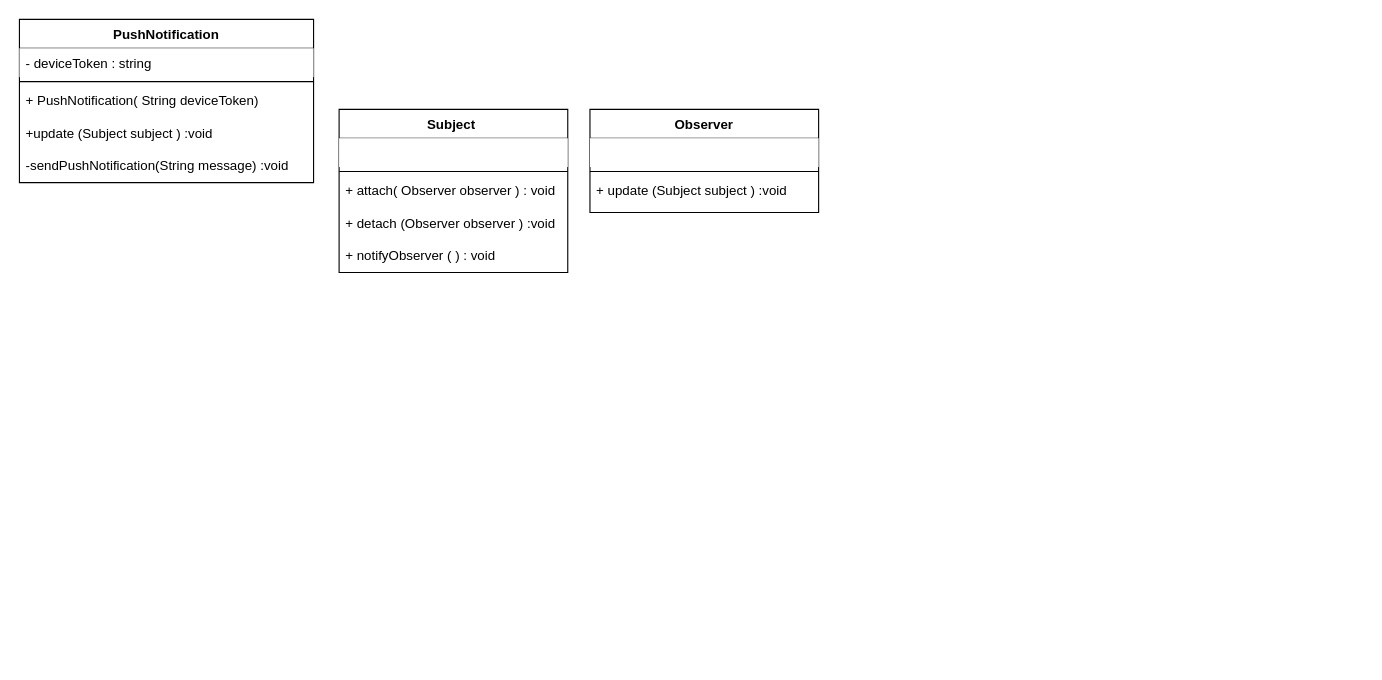
Above: 01.drawio in 1579231583/student (draw.io), before the change. Source tidied: cells renumbered, new cells numbered last; positions are measured from the earlier drawing's top-left corner, leaving out a move shared by most shapes. Both pictures are drawn from the tidied source at 111%, with x=0, y=0 at pixel (19, 19).
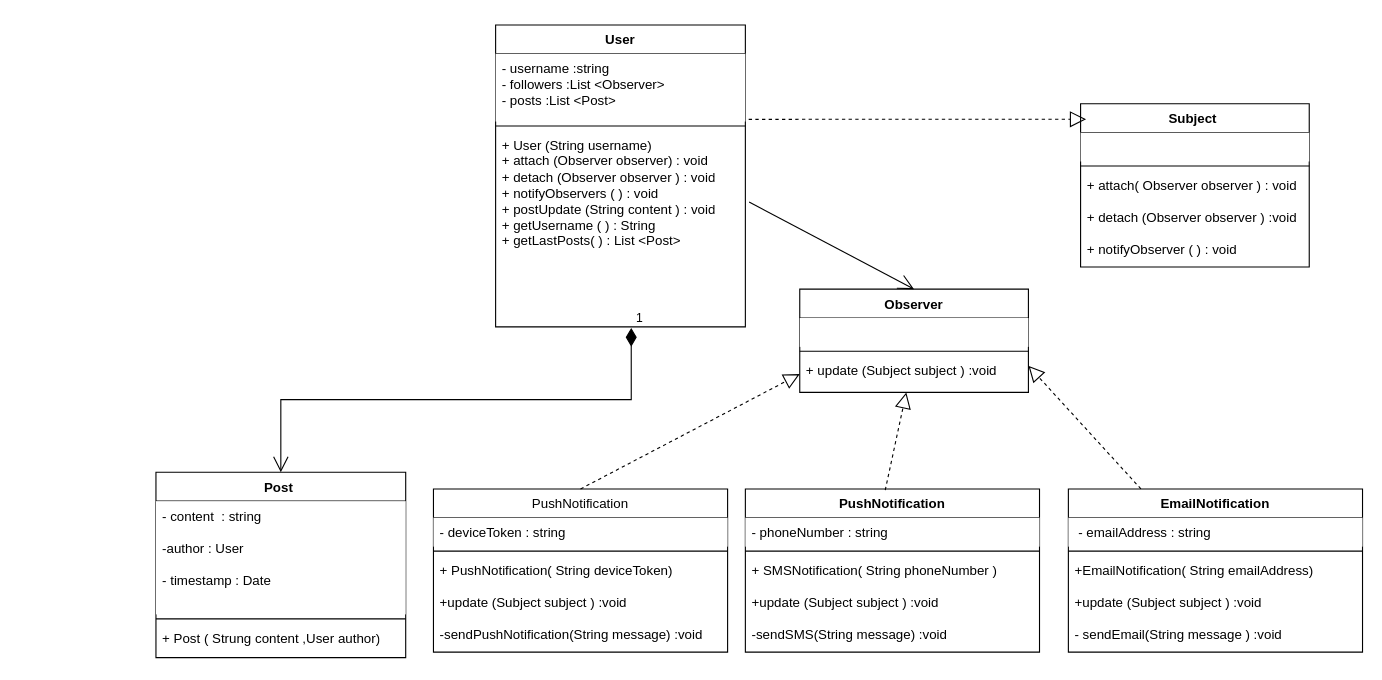
The same diagram, later.

The change refers to these unchanged cells:
```xml
<mxCell id="9" value="+ update (Subject subject ) :void&amp;nbsp;" style="text;strokeColor=none;fillColor=none;align=left;verticalAlign=top;spacingLeft=4;spacingRight=4;overflow=hidden;points=[[0,0.5],[1,0.5]];portConstraint=eastwest;whiteSpace=wrap;html=1;" parent="6" vertex="1">
  <mxGeometry y="60" width="206" height="33" as="geometry" />
</mxCell>
```

Diff of the diagram source:
```diff
@@
     <mxCell id="2" value="Subject&amp;nbsp;" style="swimlane;fontStyle=1;align=center;verticalAlign=top;horizontal=1;startSize=26;whiteSpace=wrap;html=1;" parent="1" vertex="1">
-      <mxGeometry x="288" y="81" width="206" height="147" as="geometry" />
+      <mxGeometry x="956" y="76" width="206" height="147" as="geometry" />
     </mxCell>
@@
     <mxCell id="6" value="Observer" style="swimlane;fontStyle=1;align=center;verticalAlign=top;horizontal=1;startSize=26;whiteSpace=wrap;html=1;" parent="1" vertex="1">
-      <mxGeometry x="514" y="81" width="206" height="93" as="geometry" />
+      <mxGeometry x="703" y="243" width="206" height="93" as="geometry" />
     </mxCell>
@@
-    <mxCell id="10" value="PushNotification" style="swimlane;fontStyle=1;align=center;verticalAlign=top;horizontal=1;startSize=26;whiteSpace=wrap;html=1;" parent="1" vertex="1">
-      <mxGeometry width="265" height="147" as="geometry" />
+    <mxCell id="10" value="PushNotification" style="swimlane;fontStyle=0;align=center;verticalAlign=top;horizontal=1;startSize=26;whiteSpace=wrap;html=1;" parent="1" vertex="1">
+      <mxGeometry x="373" y="423" width="265" height="147" as="geometry" />
     </mxCell>
@@
+    <mxCell id="14" value="EmailNotification" style="swimlane;fontStyle=1;align=center;verticalAlign=top;horizontal=1;startSize=26;whiteSpace=wrap;html=1;" parent="1" vertex="1">
+      <mxGeometry x="945" y="423" width="265" height="147" as="geometry" />
+    </mxCell>
+    <mxCell id="15" value="&amp;nbsp;- emailAddress : string&amp;nbsp;" style="text;strokeColor=none;fillColor=default;align=left;verticalAlign=top;spacingLeft=4;spacingRight=4;overflow=hidden;whiteSpace=wrap;html=1;" parent="14" vertex="1">
+      <mxGeometry y="26" width="265" height="26" as="geometry" />
+    </mxCell>
+    <mxCell id="16" style="line;strokeWidth=1;fillColor=none;align=left;verticalAlign=middle;spacingTop=-1;spacingLeft=3;spacingRight=3;labelPosition=right;strokeColor=inherit;" parent="14" vertex="1">
+      <mxGeometry y="52" width="265" height="8" as="geometry" />
+    </mxCell>
+    <mxCell id="17" value="+EmailNotification( String emailAddress)&lt;div&gt;&lt;br&gt;&lt;/div&gt;&lt;div&gt;+update (Subject subject ) :void&amp;nbsp;&lt;/div&gt;&lt;div&gt;&lt;br&gt;&lt;/div&gt;&lt;div&gt;- sendEmail(String message ) :void&lt;/div&gt;" style="text;strokeColor=none;fillColor=none;align=left;verticalAlign=top;spacingLeft=4;spacingRight=4;overflow=hidden;whiteSpace=wrap;html=1;" parent="14" vertex="1">
+      <mxGeometry y="60" width="265" height="87" as="geometry" />
+    </mxCell>
+    <mxCell id="18" value="PushNotification" style="swimlane;fontStyle=1;align=center;verticalAlign=top;horizontal=1;startSize=26;whiteSpace=wrap;html=1;" parent="1" vertex="1">
+      <mxGeometry x="654" y="423" width="265" height="147" as="geometry" />
+    </mxCell>
+    <mxCell id="19" value="- phoneNumber : string" style="text;strokeColor=none;fillColor=default;align=left;verticalAlign=top;spacingLeft=4;spacingRight=4;overflow=hidden;whiteSpace=wrap;html=1;" parent="18" vertex="1">
+      <mxGeometry y="26" width="265" height="26" as="geometry" />
+    </mxCell>
+    <mxCell id="20" style="line;strokeWidth=1;fillColor=none;align=left;verticalAlign=middle;spacingTop=-1;spacingLeft=3;spacingRight=3;labelPosition=right;strokeColor=inherit;" parent="18" vertex="1">
+      <mxGeometry y="52" width="265" height="8" as="geometry" />
+    </mxCell>
+    <mxCell id="21" value="+ SMSNotification( String phoneNumber )&lt;div&gt;&lt;br&gt;&lt;/div&gt;&lt;div&gt;+update (Subject subject ) :void&amp;nbsp;&lt;/div&gt;&lt;div&gt;&lt;br&gt;&lt;/div&gt;&lt;div&gt;-sendSMS(String message) :void&lt;/div&gt;" style="text;strokeColor=none;fillColor=none;align=left;verticalAlign=top;spacingLeft=4;spacingRight=4;overflow=hidden;whiteSpace=wrap;html=1;" parent="18" vertex="1">
+      <mxGeometry y="60" width="265" height="87" as="geometry" />
+    </mxCell>
+    <mxCell id="22" value="Post&amp;nbsp;" style="swimlane;fontStyle=1;align=center;verticalAlign=top;horizontal=1;startSize=26;whiteSpace=wrap;html=1;" parent="1" vertex="1">
+      <mxGeometry x="123" y="408" width="225" height="167" as="geometry" />
+    </mxCell>
+    <mxCell id="23" value="- content&amp;nbsp; : string&lt;div&gt;&lt;br&gt;&lt;/div&gt;&lt;div&gt;-author : User&amp;nbsp;&lt;/div&gt;&lt;div&gt;&lt;br&gt;&lt;/div&gt;&lt;div&gt;- timestamp : Date&amp;nbsp;&lt;div&gt;&lt;br&gt;&lt;/div&gt;&lt;/div&gt;" style="text;strokeColor=none;fillColor=default;align=left;verticalAlign=top;spacingLeft=4;spacingRight=4;overflow=hidden;whiteSpace=wrap;html=1;" parent="22" vertex="1">
+      <mxGeometry y="26" width="225" height="102" as="geometry" />
+    </mxCell>
+    <mxCell id="24" style="line;strokeWidth=1;fillColor=none;align=left;verticalAlign=middle;spacingTop=-1;spacingLeft=3;spacingRight=3;labelPosition=right;strokeColor=inherit;" parent="22" vertex="1">
+      <mxGeometry y="128" width="225" height="8" as="geometry" />
+    </mxCell>
+    <mxCell id="25" value="+ Post ( Strung content ,User author)" style="text;strokeColor=none;fillColor=none;align=left;verticalAlign=top;spacingLeft=4;spacingRight=4;overflow=hidden;whiteSpace=wrap;html=1;" parent="22" vertex="1">
+      <mxGeometry y="136" width="225" height="31" as="geometry" />
+    </mxCell>
+    <mxCell id="26" value="User" style="swimlane;fontStyle=1;align=center;verticalAlign=top;horizontal=1;startSize=26;whiteSpace=wrap;html=1;" parent="1" vertex="1">
+      <mxGeometry x="429" y="5" width="225" height="272" as="geometry" />
+    </mxCell>
+    <mxCell id="27" value="- username :string&lt;div&gt;- followers :List &amp;lt;Observer&amp;gt;&lt;/div&gt;&lt;div&gt;- posts :List &amp;lt;Post&amp;gt;&lt;/div&gt;" style="text;strokeColor=none;fillColor=default;align=left;verticalAlign=top;spacingLeft=4;spacingRight=4;overflow=hidden;whiteSpace=wrap;html=1;" parent="26" vertex="1">
+      <mxGeometry y="26" width="225" height="61" as="geometry" />
+    </mxCell>
+    <mxCell id="28" style="line;strokeWidth=1;fillColor=none;align=left;verticalAlign=middle;spacingTop=-1;spacingLeft=3;spacingRight=3;labelPosition=right;strokeColor=inherit;" parent="26" vertex="1">
+      <mxGeometry y="87" width="225" height="8" as="geometry" />
+    </mxCell>
+    <mxCell id="29" value="&lt;div&gt;&lt;div&gt;+ User (String username)&amp;nbsp;&lt;/div&gt;&lt;/div&gt;&lt;div&gt;+ attach (Observer observer) : void&lt;/div&gt;&lt;div&gt;+ detach (Observer observer ) : void&lt;/div&gt;&lt;div&gt;+ notifyObservers ( ) : void&lt;/div&gt;&lt;div&gt;+ postUpdate (String content ) : void&lt;/div&gt;&lt;div&gt;+ getUsername ( ) : String&amp;nbsp;&lt;/div&gt;&lt;div&gt;+ getLastPosts( ) : List &amp;lt;Post&amp;gt;&lt;/div&gt;" style="text;strokeColor=none;fillColor=none;align=left;verticalAlign=top;spacingLeft=4;spacingRight=4;overflow=hidden;points=[[0,0.5],[1,0.5]];portConstraint=eastwest;whiteSpace=wrap;html=1;" parent="26" vertex="1">
+      <mxGeometry y="95" width="225" height="177" as="geometry" />
+    </mxCell>
+    <mxCell id="30" style="endArrow=block;dashed=1;endFill=0;endSize=12;html=1;rounded=0;exitX=0.5;exitY=0;exitDx=0;exitDy=0;entryX=0;entryY=0.5;entryDx=0;entryDy=0;" parent="1" edge="1" source="10" target="9">
+      <mxGeometry relative="1" as="geometry" />
+    </mxCell>
+    <mxCell id="31" style="endArrow=block;dashed=1;endFill=0;endSize=12;html=1;rounded=0;entryX=0.466;entryY=1;entryDx=0;entryDy=0;entryPerimeter=0;" parent="1" edge="1" target="9">
+      <mxGeometry relative="1" as="geometry">
+        <mxPoint x="780" y="424" as="sourcePoint" />
+      </mxGeometry>
+    </mxCell>
+    <mxCell id="32" style="endArrow=block;dashed=1;endFill=0;endSize=12;html=1;rounded=0;entryX=1;entryY=0.273;entryDx=0;entryDy=0;entryPerimeter=0;" parent="1" edge="1" source="14" target="9">
+      <mxGeometry relative="1" as="geometry" />
+    </mxCell>
+    <mxCell id="33" value="1" style="endArrow=open;html=1;endSize=12;startArrow=diamondThin;startSize=14;startFill=1;edgeStyle=orthogonalEdgeStyle;align=left;verticalAlign=bottom;rounded=0;entryX=0.5;entryY=0;entryDx=0;entryDy=0;exitX=0.543;exitY=1.005;exitDx=0;exitDy=0;exitPerimeter=0;" parent="1" edge="1" source="29" target="22">
+      <mxGeometry x="-1" y="3" relative="1" as="geometry" />
+    </mxCell>
+    <mxCell id="34" style="endArrow=open;endFill=1;endSize=12;html=1;rounded=0;entryX=0.5;entryY=0;entryDx=0;entryDy=0;exitX=1.015;exitY=0.364;exitDx=0;exitDy=0;exitPerimeter=0;" parent="1" edge="1" source="29" target="6">
+      <mxGeometry relative="1" as="geometry" />
+    </mxCell>
+    <mxCell id="35" style="endArrow=block;dashed=1;endFill=0;endSize=12;html=1;rounded=0;entryX=0.024;entryY=0.095;entryDx=0;entryDy=0;entryPerimeter=0;" parent="1" edge="1" target="2">
+      <mxGeometry relative="1" as="geometry">
+        <mxPoint x="657" y="90" as="sourcePoint" />
+      </mxGeometry>
+    </mxCell>
```
